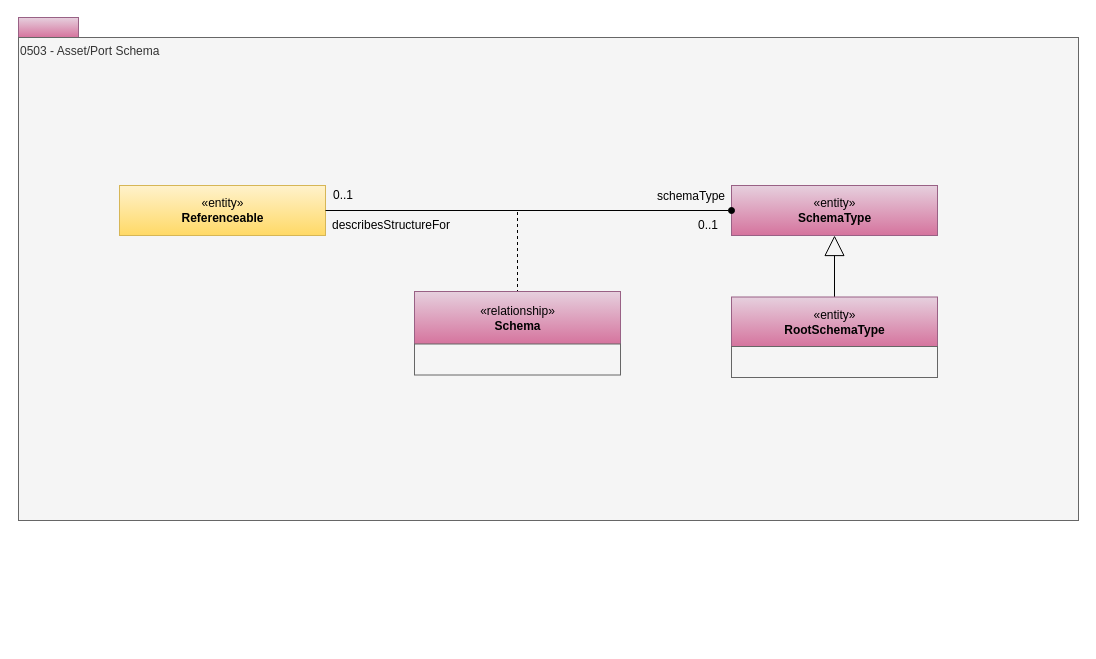
odpi/egeria-docs keeps this draw.io diagram as page "0503-Asset-Schema" (3 of 33) of site/docs/types/5/area-5-models-and-schema.drawio. Above is the earlier version. Source tidied: cells renumbered, new cells numbered last; positions are measured from the earlier drawing's top-left corner, leaving out a move shared by most shapes. Both pictures are drawn from the tidied source at 100%, with x=0, y=0 at pixel (18, 17).
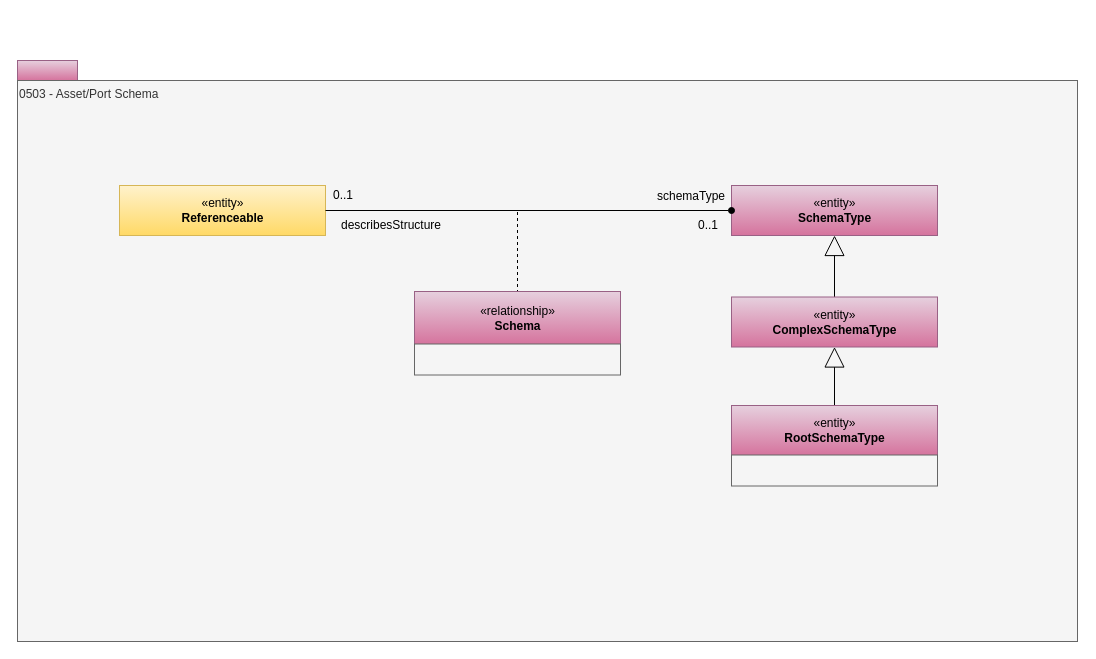
After the change.

Change to the diagram source:
```diff
@@
 <mxGraphModel>
   <root>
     <mxCell id="0" />
     <mxCell id="1" parent="0" />
     <mxCell id="2" style="rounded=0;whiteSpace=wrap;html=1;align=left;fillColor=#e6d0de;strokeColor=#996185;gradientColor=#d5739d;" parent="1" vertex="1">
-      <mxGeometry width="60" height="20" as="geometry" />
+      <mxGeometry x="-1" y="43" width="60" height="20" as="geometry" />
     </mxCell>
     <mxCell id="3" value="0503 - Asset/Port Schema" style="rounded=0;whiteSpace=wrap;html=1;align=left;verticalAlign=top;fillColor=#f5f5f5;fontColor=#333333;strokeColor=#666666;" parent="1" vertex="1">
-      <mxGeometry y="20" width="1060" height="483" as="geometry" />
+      <mxGeometry x="-1" y="63" width="1060" height="561" as="geometry" />
     </mxCell>
     <mxCell id="4" value="«entity»&lt;br&gt;&lt;b&gt;Referenceable&lt;/b&gt;" style="html=1;strokeColor=#d6b656;align=center;fillColor=#fff2cc;gradientColor=#ffd966;" parent="1" vertex="1">
       <mxGeometry x="101" y="168" width="206" height="50" as="geometry" />
     </mxCell>
     <mxCell id="5" value="«entity»&lt;br&gt;&lt;b&gt;SchemaType&lt;/b&gt;" style="html=1;strokeColor=#996185;align=center;fillColor=#e6d0de;gradientColor=#d5739d;" parent="1" vertex="1">
       <mxGeometry x="713" y="168" width="206" height="50" as="geometry" />
     </mxCell>
     <mxCell id="6" style="endArrow=none;dashed=1;html=1;" parent="1" edge="1" target="11">
       <mxGeometry relative="1" as="geometry">
         <mxPoint x="499" y="194.5" as="sourcePoint" />
       </mxGeometry>
     </mxCell>
     <mxCell id="7" value="0..1" style="text;html=1;strokeColor=none;fillColor=none;align=center;verticalAlign=middle;whiteSpace=wrap;rounded=0;" parent="1" vertex="1">
       <mxGeometry x="305" y="168" width="40" height="20" as="geometry" />
     </mxCell>
     <mxCell id="8" value="0..1" style="text;html=1;strokeColor=none;fillColor=none;align=center;verticalAlign=middle;whiteSpace=wrap;rounded=0;" parent="1" vertex="1">
       <mxGeometry x="670" y="198" width="40" height="20" as="geometry" />
     </mxCell>
     <mxCell id="9" value="schemaType" style="text;html=1;strokeColor=none;fillColor=none;align=center;verticalAlign=middle;whiteSpace=wrap;rounded=0;" parent="1" vertex="1">
       <mxGeometry x="644.5" y="168.5" width="56" height="20" as="geometry" />
     </mxCell>
-    <mxCell id="10" value="describesStructureFor" style="text;html=1;strokeColor=none;fillColor=none;align=center;verticalAlign=middle;whiteSpace=wrap;rounded=0;" parent="1" vertex="1">
+    <mxCell id="10" value="describesStructure" style="text;html=1;strokeColor=none;fillColor=none;align=center;verticalAlign=middle;whiteSpace=wrap;rounded=0;" parent="1" vertex="1">
       <mxGeometry x="331" y="198" width="84" height="20" as="geometry" />
     </mxCell>
     <mxCell id="11" value="«relationship»&lt;br&gt;&lt;b&gt;Schema&lt;/b&gt;" style="html=1;strokeColor=#996185;align=center;fillColor=#e6d0de;gradientColor=#d5739d;" parent="1" vertex="1">
       <mxGeometry x="396" y="274" width="206" height="53" as="geometry" />
     </mxCell>
     <mxCell id="12" style="rounded=0;whiteSpace=wrap;html=1;strokeColor=#666666;align=left;fillColor=#f5f5f5;fontColor=#333333;" parent="1" vertex="1">
       <mxGeometry x="396" y="326.5" width="206" height="31" as="geometry" />
     </mxCell>
     <mxCell id="13" style="edgeStyle=orthogonalEdgeStyle;rounded=0;jettySize=auto;html=1;exitX=0.5;exitY=0;exitDx=0;exitDy=0;entryX=0.5;entryY=1;entryDx=0;entryDy=0;endArrow=block;endFill=0;strokeWidth=1;endSize=18;" parent="1" edge="1" source="14" target="5">
       <mxGeometry relative="1" as="geometry" />
     </mxCell>
-    <mxCell id="14" value="«entity»&lt;br&gt;&lt;b&gt;RootSchemaType&lt;/b&gt;" style="html=1;strokeColor=#996185;align=center;fillColor=#e6d0de;gradientColor=#d5739d;" parent="1" vertex="1">
+    <mxCell id="14" value="«entity»&lt;br&gt;&lt;b&gt;ComplexSchemaType&lt;/b&gt;" style="html=1;strokeColor=#996185;align=center;fillColor=#e6d0de;gradientColor=#d5739d;" parent="1" vertex="1">
       <mxGeometry x="713" y="279.5" width="206" height="50" as="geometry" />
     </mxCell>
     <mxCell id="15" style="endArrow=oval;html=1;entryX=0;entryY=0.5;exitX=1;exitY=0.5;endFill=1;entryDx=0;entryDy=0;" parent="1" edge="1" source="4" target="5">
       <mxGeometry relative="1" as="geometry" />
     </mxCell>
-    <mxCell id="16" style="rounded=0;whiteSpace=wrap;html=1;strokeColor=#666666;align=left;fillColor=#f5f5f5;fontColor=#333333;" parent="1" vertex="1">
-      <mxGeometry x="713" y="329" width="206" height="31" as="geometry" />
-    </mxCell>
+    <mxCell id="17" style="edgeStyle=orthogonalEdgeStyle;rounded=0;jettySize=auto;html=1;exitX=0.5;exitY=0;exitDx=0;exitDy=0;entryX=0.5;entryY=1;entryDx=0;entryDy=0;endArrow=block;endFill=0;strokeWidth=1;endSize=18;" parent="1" edge="1" source="18" target="14">
+      <mxGeometry relative="1" as="geometry" />
+    </mxCell>
+    <mxCell id="18" value="«entity»&lt;br&gt;&lt;b&gt;RootSchemaType&lt;/b&gt;" style="html=1;strokeColor=#996185;align=center;fillColor=#e6d0de;gradientColor=#d5739d;" parent="1" vertex="1">
+      <mxGeometry x="713" y="388" width="206" height="50" as="geometry" />
+    </mxCell>
+    <mxCell id="19" style="rounded=0;whiteSpace=wrap;html=1;strokeColor=#666666;align=left;fillColor=#f5f5f5;fontColor=#333333;" parent="1" vertex="1">
+      <mxGeometry x="713" y="437.5" width="206" height="31" as="geometry" />
+    </mxCell>
   </root>
 </mxGraphModel>
```
